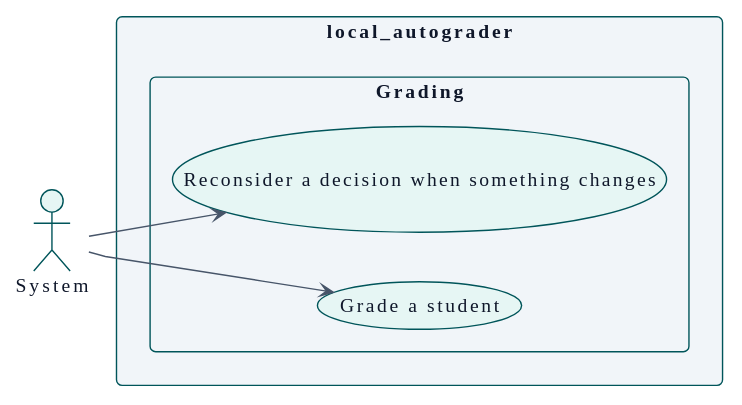
This is docs/en/technical/requirements/use-cases-system.svg from didactika/moodle-local_autograder, a PlantUML export, as it was before one commit. Source of this version:
```plantuml
@startuml
!theme plain
skinparam backgroundColor #FFFFFF
skinparam defaultFontName IBM Plex Sans
skinparam defaultFontSize 14
skinparam defaultFontColor #0F172A
skinparam shadowing false
skinparam packageStyle rectangle
skinparam ArrowFontSize 12
skinparam ClassAttributeIconSize 0
skinparam roundCorner 8
skinparam ArrowColor #475569
skinparam ArrowFontColor #0F172A
skinparam NoteBackgroundColor #FDF3DC
skinparam NoteBorderColor #00555A
skinparam NoteFontColor #0F172A
skinparam class {
  BackgroundColor #E6F6F4
  BorderColor #00555A
  FontColor #0F172A
}
skinparam entity {
  BackgroundColor #E6F6F4
  BorderColor #00555A
  FontColor #0F172A
}
skinparam participant {
  BackgroundColor #E6F6F4
  BorderColor #00555A
  FontColor #0F172A
}
skinparam actor {
  BackgroundColor #E6F6F4
  BorderColor #00555A
  FontColor #0F172A
}
skinparam database {
  BackgroundColor #E6F6F4
  BorderColor #00555A
  FontColor #0F172A
}
skinparam component {
  BackgroundColor #E6F6F4
  BorderColor #00555A
  FontColor #0F172A
}
skinparam node {
  BackgroundColor #E6F6F4
  BorderColor #00555A
  FontColor #0F172A
}
skinparam usecase {
  BackgroundColor #E6F6F4
  BorderColor #00555A
  FontColor #0F172A
}
skinparam interface {
  BackgroundColor #E6F6F4
  BorderColor #00555A
  FontColor #0F172A
}
skinparam state {
  BackgroundColor #E6F6F4
  BorderColor #00555A
  FontColor #0F172A
  StartColor #475569
  EndColor #475569
  ArrowColor #475569
}
skinparam package {
  BackgroundColor #F1F5F9
  BorderColor #00555A
  FontColor #0F172A
}
skinparam sequence {
  LifeLineBorderColor #475569
  LifeLineBackgroundColor #E6F6F4
  ArrowColor #475569
  GroupBorderColor #00555A
  GroupBackgroundColor #F1F5F9
}
skinparam package<<level1>> {
  BackgroundColor #A7DDD5
  BorderColor #00555A
  FontColor #0F172A
}
skinparam package<<level2>> {
  BackgroundColor #C8EEE9
  BorderColor #00555A
  FontColor #0F172A
}
skinparam package<<level3>> {
  BackgroundColor #E6F6F4
  BorderColor #00555A
  FontColor #0F172A
}
skinparam package<<level4>> {
  BackgroundColor #F4FBFA
  BorderColor #00555A
  FontColor #0F172A
}
hide <<level1>> stereotype
hide <<level2>> stereotype
hide <<level3>> stereotype
hide <<level4>> stereotype
skinparam linetype polyline
left to right direction

actor "System" as A_System

rectangle "local_autograder" {
  package "Grading" {
    usecase "Grade a student" as UC_gradeStudent
    usecase "Reconsider a decision when something changes" as UC_reconsiderDecision
  }
}

A_System --> UC_gradeStudent
A_System --> UC_reconsiderDecision
@enduml
```
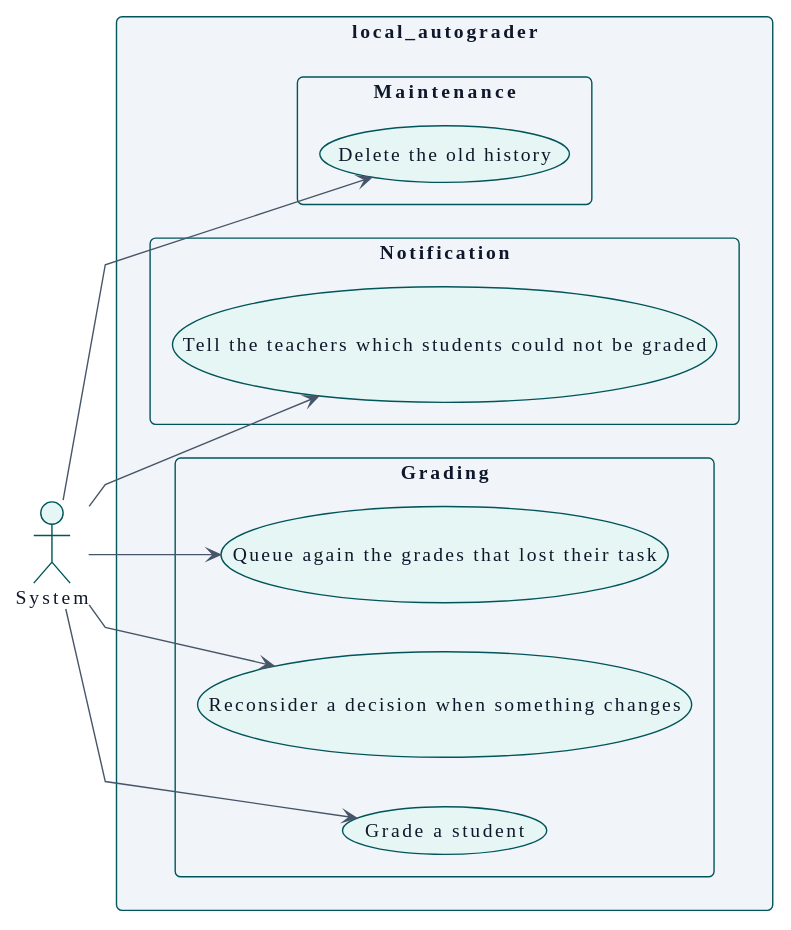
The same diagram one commit later.

Diff of the diagram source:
```diff
@@ -112,9 +112,19 @@
   package "Grading" {
     usecase "Grade a student" as UC_gradeStudent
     usecase "Reconsider a decision when something changes" as UC_reconsiderDecision
+    usecase "Queue again the grades that lost their task" as UC_requeueLostGrades
+  }
+  package "Notification" {
+    usecase "Tell the teachers which students could not be graded" as UC_notifyFailures
+  }
+  package "Maintenance" {
+    usecase "Delete the old history" as UC_purgeHistory
   }
 }
 
 A_System --> UC_gradeStudent
 A_System --> UC_reconsiderDecision
+A_System --> UC_notifyFailures
+A_System --> UC_requeueLostGrades
+A_System --> UC_purgeHistory
 @enduml
```
